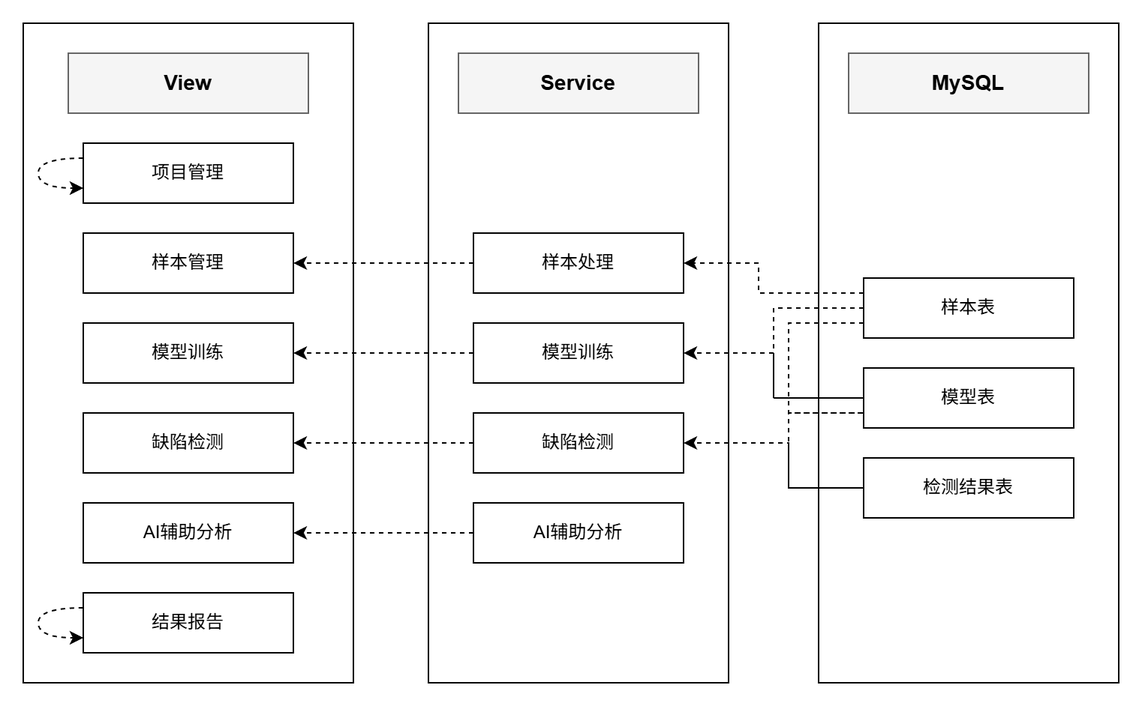
Above: 论文/thesis/images/系统总体架构设计图.png in 211250243/app (draw.io), before the change. Source tidied: cells renumbered, new cells last; positions are measured from the earlier drawing's top-left corner, leaving out a move shared by most shapes.
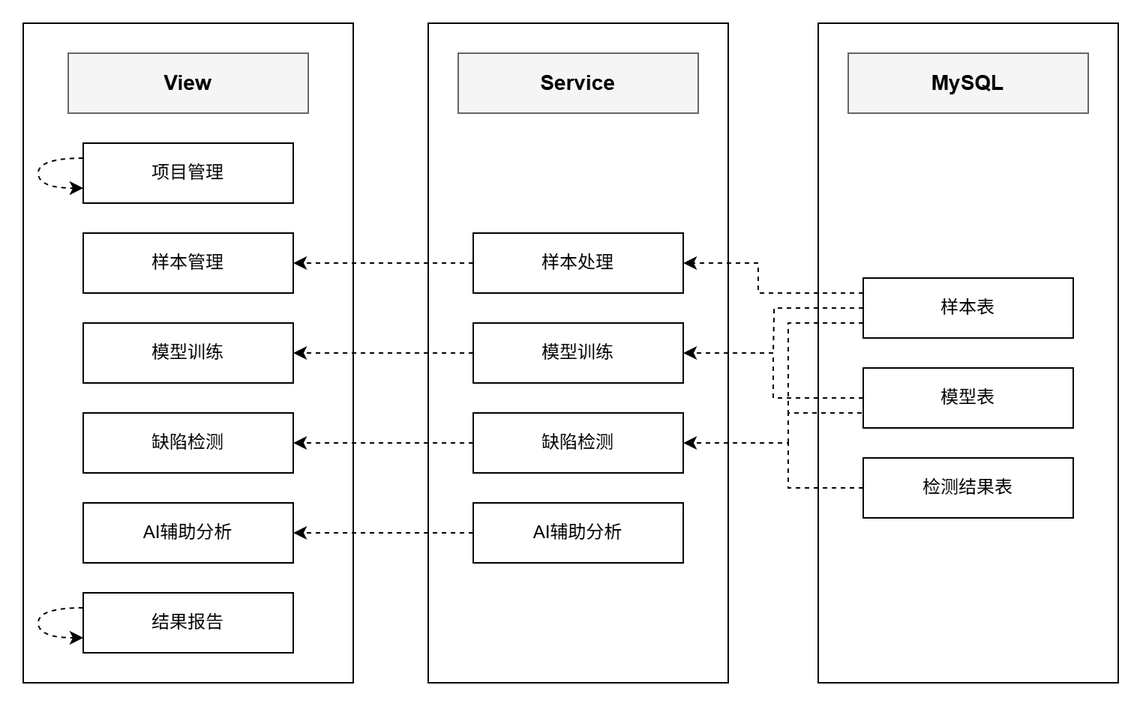
After the change.

What changed in the source:
```diff
@@ -50,14 +50,6 @@
     <mxCell id="17" value="AI辅助分析" style="rounded=0;whiteSpace=wrap;html=1;" parent="1" vertex="1">
       <mxGeometry x="300" y="320" width="140" height="40" as="geometry" />
     </mxCell>
-    <mxCell id="18" style="edgeStyle=orthogonalEdgeStyle;rounded=0;jettySize=auto;html=1;entryX=0;entryY=0.5;entryDx=0;entryDy=0;exitX=0;exitY=0.5;exitDx=0;exitDy=0;startArrow=none;startFill=0;dashed=1;endArrow=none;" parent="1" edge="1" source="21" target="24">
-      <mxGeometry relative="1" as="geometry">
-        <Array as="points">
-          <mxPoint x="500" y="190" />
-          <mxPoint x="500" y="250" />
-        </Array>
-      </mxGeometry>
-    </mxCell>
     <mxCell id="19" style="edgeStyle=orthogonalEdgeStyle;rounded=0;jettySize=auto;html=1;entryX=1;entryY=0.5;entryDx=0;entryDy=0;dashed=1;" parent="1" edge="1" source="21" target="14">
       <mxGeometry relative="1" as="geometry">
         <Array as="points">
@@ -85,14 +77,6 @@
         </Array>
       </mxGeometry>
     </mxCell>
-    <mxCell id="23" style="edgeStyle=orthogonalEdgeStyle;rounded=0;jettySize=auto;html=1;entryX=0;entryY=0.5;entryDx=0;entryDy=0;endArrow=none;startFill=0;dashed=1;" parent="1" edge="1" source="24" target="26">
-      <mxGeometry relative="1" as="geometry">
-        <Array as="points">
-          <mxPoint x="510" y="260" />
-          <mxPoint x="510" y="310" />
-        </Array>
-      </mxGeometry>
-    </mxCell>
     <mxCell id="24" value="模型表" style="rounded=0;whiteSpace=wrap;html=1;" parent="1" vertex="1">
       <mxGeometry x="560" y="230" width="140" height="40" as="geometry" />
     </mxCell>
@@ -135,5 +119,16 @@
         </Array>
       </mxGeometry>
     </mxCell>
+    <mxCell id="33" style="endArrow=none;html=1;rounded=0;edgeStyle=orthogonalEdgeStyle;startFill=0;dashed=1;" parent="1" edge="1" source="21">
+      <mxGeometry relative="1" as="geometry">
+        <mxPoint x="500" y="220" as="targetPoint" />
+      </mxGeometry>
+    </mxCell>
+    <mxCell id="34" style="endArrow=none;html=1;rounded=0;dashed=1;" parent="1" edge="1">
+      <mxGeometry relative="1" as="geometry">
+        <mxPoint x="510" y="280" as="sourcePoint" />
+        <mxPoint x="510" y="260" as="targetPoint" />
+      </mxGeometry>
+    </mxCell>
   </root>
 </mxGraphModel>
```
